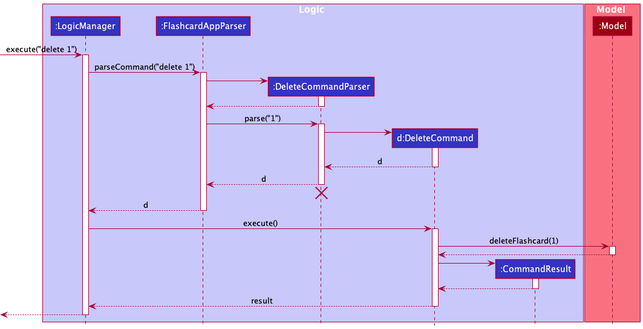
This is docs/images/DeleteSequenceDiagram.png from sharmainec/tp, a PlantUML export, as it was before one commit.
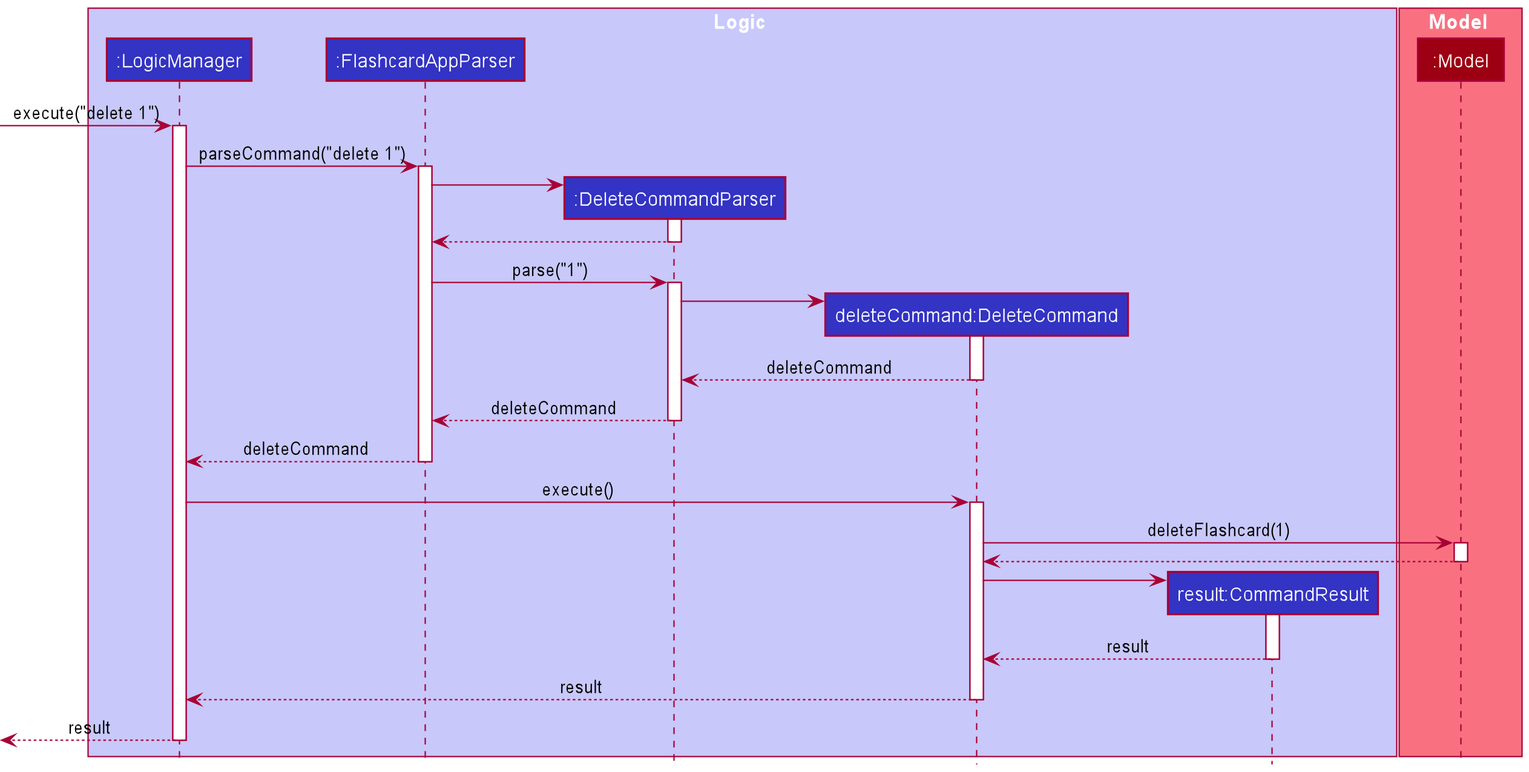
Later version of the same file.

Change to the diagram source:
```diff
@@ -5,8 +5,8 @@
 participant ":LogicManager" as LogicManager LOGIC_COLOR
 participant ":FlashcardAppParser" as FlashcardAppParser LOGIC_COLOR
 participant ":DeleteCommandParser" as DeleteCommandParser LOGIC_COLOR
-participant "d:DeleteCommand" as DeleteCommand LOGIC_COLOR
-participant ":CommandResult" as CommandResult LOGIC_COLOR
+participant "deleteCommand:DeleteCommand" as DeleteCommand LOGIC_COLOR
+participant "result:CommandResult" as CommandResult LOGIC_COLOR
 end box
 
 box Model MODEL_COLOR_T1
@@ -33,15 +33,13 @@
 DeleteCommandParser -> DeleteCommand
 activate DeleteCommand
 
-DeleteCommand --> DeleteCommandParser : d
+DeleteCommand --> DeleteCommandParser : deleteCommand
 deactivate DeleteCommand
 
-DeleteCommandParser --> FlashcardAppParser : d
+DeleteCommandParser --> FlashcardAppParser : deleteCommand
 deactivate DeleteCommandParser
-DeleteCommandParser -[hidden]-> FlashcardAppParser
-destroy DeleteCommandParser
 
-FlashcardAppParser --> LogicManager : d
+FlashcardAppParser --> LogicManager : deleteCommand
 deactivate FlashcardAppParser
 
 LogicManager -> DeleteCommand : execute()
@@ -57,12 +55,12 @@
 DeleteCommand -> CommandResult
 activate CommandResult
 
-CommandResult --> DeleteCommand
+CommandResult --> DeleteCommand : result
 deactivate CommandResult
 
 DeleteCommand --> LogicManager : result
 deactivate DeleteCommand
 
-[<--LogicManager
+[<--LogicManager:result
 deactivate LogicManager
 @enduml
```
